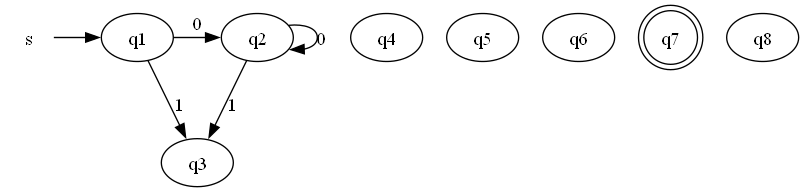
poetryfactory/automata keeps this Graphviz diagram as build/DFA.png. Above is the earlier version. Its source is kept beside it as build/DFA.dot.
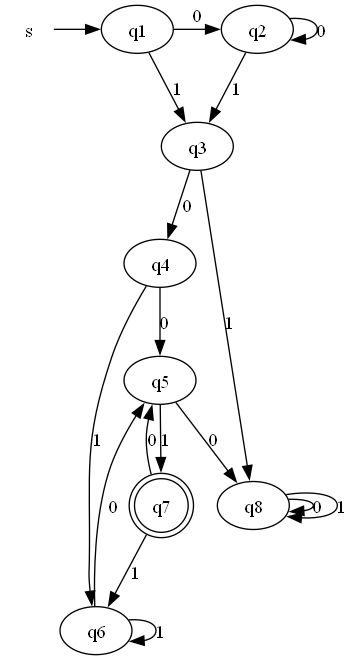
Later version of the same file.

The edit, as a diff of the source:
```diff
@@ -15,8 +15,32 @@
 q2->q3[label="1"];
 q3;
 q4;
+q3->q4[label = "0"];
+q8;
+q3->q8[label="1"];
+q4;
 q5;
+q4->q5[label = "0"];
 q6;
+q4->q6[label="1"];
+q5;
+q8;
+q5->q8[label = "0"];
+q7;
+q5->q7[label="1"];
+q6;
+q5;
+q6->q5[label = "0"];
+q6;
+q6->q6[label="1"];
 q7[shape="doublecircle"];
+q5;
+q7->q5[label = "0"];
+q6;
+q7->q6[label = "1"];
 q8;
+q8;
+q8->q8[label = "0"];
+q8;
+q8->q8[label="1"];
 }
```
